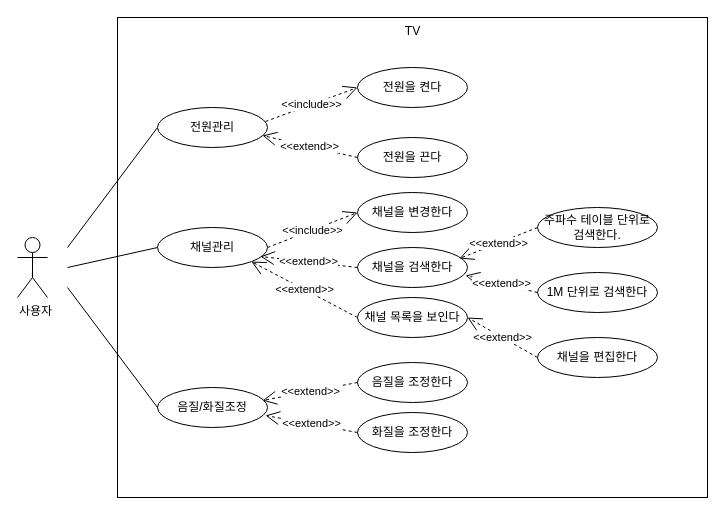
Before: page "requirement_function" (1 of 6) of TV.drawio in sungtaek/docs, a draw.io diagram. Source tidied: cells renumbered, new cells numbered last; positions are measured from the earlier drawing's top-left corner, leaving out a move shared by most shapes. Both pictures are drawn from the tidied source at 100%, with x=0, y=0 at pixel (17, 17).
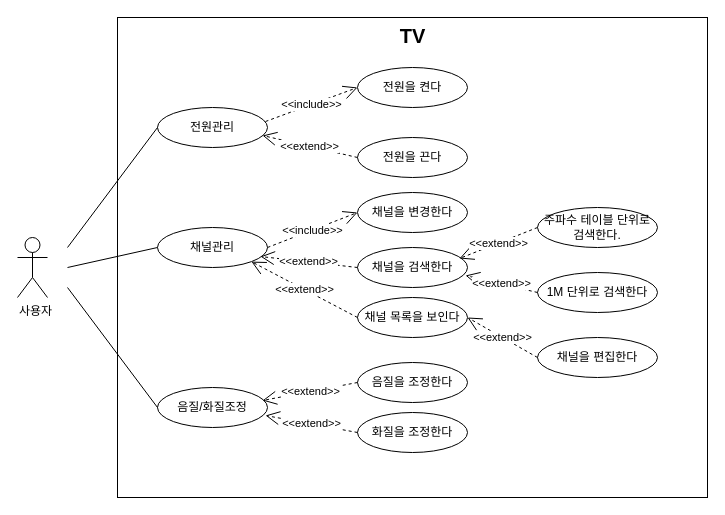
The same page after the edit.

The edit, as a diff of the source:
```diff
@@
-    <mxCell id="2" value="TV" style="html=1;align=center;verticalAlign=top;" parent="1" vertex="1">
+    <mxCell id="2" value="TV" style="html=1;align=center;verticalAlign=top;fontStyle=1;fontSize=20;" parent="1" vertex="1">
       <mxGeometry x="100" width="590" height="480" as="geometry" />
     </mxCell>
```
